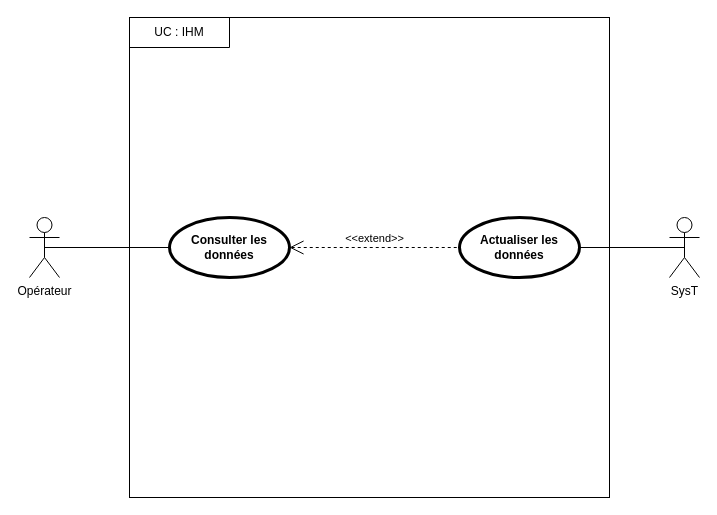
ToGen49/Hippodrome keeps this draw.io diagram as SYSML/UseCase/D-UseCase_IHM-FM2.drawio. Above is the earlier version. Source tidied: cells renumbered, new cells numbered last; positions are measured from the earlier drawing's top-left corner, leaving out a move shared by most shapes. Both pictures are drawn from the tidied source at 100%, with x=0, y=0 at pixel (29, 17).
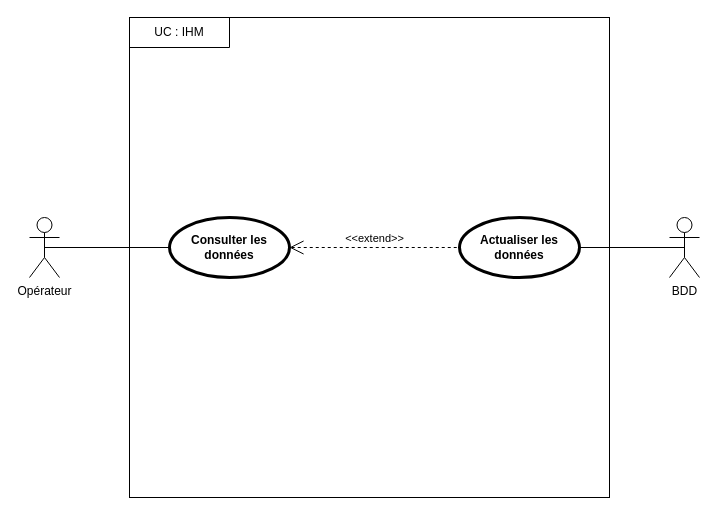
The same page after the edit.

Commit message:
Mettre à jour D-UseCase_IHM-FM2.drawio

Change to the diagram source:
```diff
@@
 <mxGraphModel>
   <root>
     <mxCell id="0" />
     <mxCell id="1" parent="0" />
     <mxCell id="2" style="whiteSpace=wrap;html=1;" parent="1" vertex="1">
       <mxGeometry x="100" width="480" height="480" as="geometry" />
     </mxCell>
     <mxCell id="3" value="UC : IHM" style="shape=partialRectangle;whiteSpace=wrap;html=1;top=0;left=0;fillColor=none;" parent="1" vertex="1">
       <mxGeometry x="100" width="100" height="30" as="geometry" />
     </mxCell>
     <mxCell id="4" value="Opérateur" style="shape=umlActor;html=1;verticalLabelPosition=bottom;verticalAlign=top;align=center;" parent="1" vertex="1">
       <mxGeometry y="200" width="30" height="60" as="geometry" />
     </mxCell>
-    <mxCell id="5" value="SysT" style="shape=umlActor;html=1;verticalLabelPosition=bottom;verticalAlign=top;align=center;" parent="1" vertex="1">
+    <mxCell id="5" value="&lt;div&gt;BDD&lt;/div&gt;" style="shape=umlActor;html=1;verticalLabelPosition=bottom;verticalAlign=top;align=center;" parent="1" vertex="1">
       <mxGeometry x="640" y="200" width="30" height="60" as="geometry" />
     </mxCell>
     <mxCell id="6" value="Consulter les données" style="shape=ellipse;html=1;strokeWidth=3;fontStyle=1;whiteSpace=wrap;align=center;perimeter=ellipsePerimeter;" parent="1" vertex="1">
       <mxGeometry x="140" y="200" width="120" height="60" as="geometry" />
     </mxCell>
     <mxCell id="7" style="edgeStyle=none;html=1;endArrow=none;verticalAlign=bottom;rounded=0;exitX=0.5;exitY=0.5;exitDx=0;exitDy=0;exitPerimeter=0;entryX=0;entryY=0.5;entryDx=0;entryDy=0;" parent="1" edge="1" source="4" target="6">
       <mxGeometry relative="1" as="geometry" />
     </mxCell>
     <mxCell id="8" value="Actualiser les données" style="shape=ellipse;html=1;strokeWidth=3;fontStyle=1;whiteSpace=wrap;align=center;perimeter=ellipsePerimeter;" parent="1" vertex="1">
       <mxGeometry x="430" y="200" width="120" height="60" as="geometry" />
     </mxCell>
     <mxCell id="9" style="edgeStyle=none;html=1;endArrow=none;verticalAlign=bottom;rounded=0;entryX=0.5;entryY=0.5;entryDx=0;entryDy=0;entryPerimeter=0;exitX=1;exitY=0.5;exitDx=0;exitDy=0;" parent="1" edge="1" source="8" target="5">
       <mxGeometry relative="1" as="geometry" />
     </mxCell>
     <mxCell id="10" value="&amp;lt;&amp;lt;extend&amp;gt;&amp;gt;" style="edgeStyle=none;html=1;startArrow=open;endArrow=none;startSize=12;verticalAlign=bottom;dashed=1;labelBackgroundColor=none;rounded=0;exitX=1;exitY=0.5;exitDx=0;exitDy=0;entryX=0;entryY=0.5;entryDx=0;entryDy=0;" parent="1" edge="1" source="6" target="8">
       <mxGeometry relative="1" as="geometry" />
     </mxCell>
   </root>
 </mxGraphModel>
```
